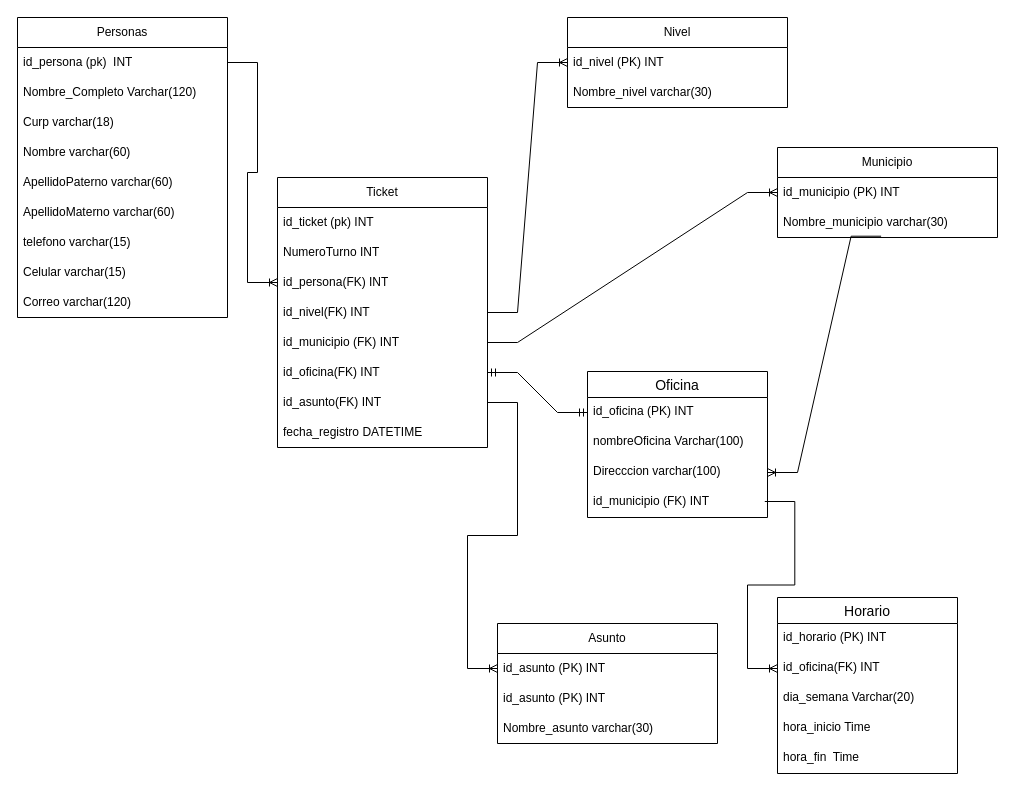
Before: ModeloR.drawio in Ingrid-Zapata/Ticket-de-Turno, a draw.io diagram. Source tidied: cells renumbered, new cells numbered last; positions are measured from the earlier drawing's top-left corner, leaving out a move shared by most shapes. Both pictures are drawn from the tidied source at 100%, with x=0, y=0 at pixel (17, 17).
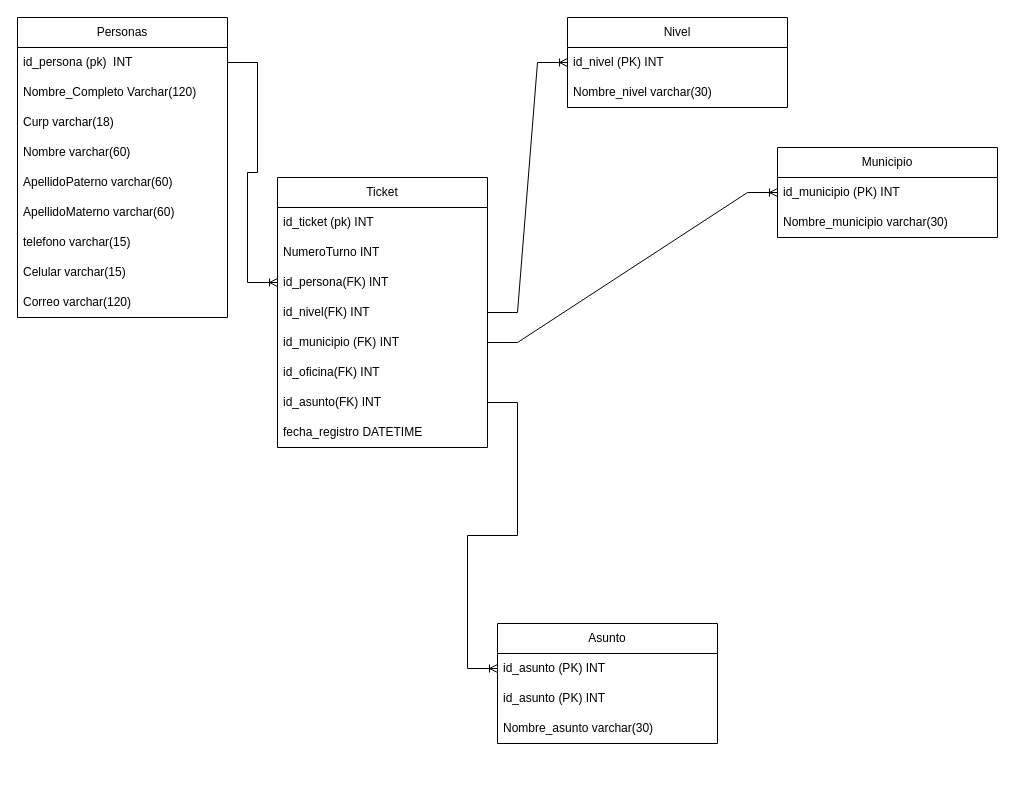
After the change.

Unchanged cells that the change refers to:
```xml
<mxCell id="18" value="id_oficina(FK) INT" style="text;strokeColor=none;fillColor=none;align=left;verticalAlign=middle;spacingLeft=4;spacingRight=4;overflow=hidden;points=[[0,0.5],[1,0.5]];portConstraint=eastwest;whiteSpace=wrap;html=1;" parent="12" vertex="1">
  <mxGeometry y="180" width="210" height="30" as="geometry" />
</mxCell>
<mxCell id="26" value="Nombre_municipio varchar(30)" style="text;strokeColor=none;fillColor=none;align=left;verticalAlign=middle;spacingLeft=4;spacingRight=4;overflow=hidden;points=[[0,0.5],[1,0.5]];portConstraint=eastwest;whiteSpace=wrap;html=1;" parent="24" vertex="1">
  <mxGeometry y="60" width="220" height="30" as="geometry" />
</mxCell>
```

Diff of the diagram source:
```diff
@@
-    <mxCell id="35" value="Oficina" style="swimlane;fontStyle=0;horizontal=1;startSize=26;align=center;fontSize=14;" parent="1" vertex="1">
-      <mxGeometry x="570" y="354" width="180" height="146" as="geometry" />
-    </mxCell>
-    <mxCell id="36" value="id_oficina (PK) INT" style="text;strokeColor=none;fillColor=none;spacingLeft=4;spacingRight=4;overflow=hidden;points=[[0,0.5],[1,0.5]];portConstraint=eastwest;fontSize=12;whiteSpace=wrap;html=1;" parent="35" vertex="1">
-      <mxGeometry y="26" width="180" height="30" as="geometry" />
-    </mxCell>
-    <mxCell id="37" value="nombreOficina Varchar(100)" style="text;strokeColor=none;fillColor=none;spacingLeft=4;spacingRight=4;overflow=hidden;fontSize=12;whiteSpace=wrap;html=1;" parent="35" vertex="1">
-      <mxGeometry y="56" width="180" height="30" as="geometry" />
-    </mxCell>
-    <mxCell id="38" value="Direcccion varchar(100)" style="text;strokeColor=none;fillColor=none;spacingLeft=4;spacingRight=4;overflow=hidden;points=[[0,0.5],[1,0.5]];portConstraint=eastwest;fontSize=12;whiteSpace=wrap;html=1;" parent="35" vertex="1">
-      <mxGeometry y="86" width="180" height="30" as="geometry" />
-    </mxCell>
-    <mxCell id="39" value="id_municipio (FK) INT" style="text;strokeColor=none;fillColor=none;spacingLeft=4;spacingRight=4;overflow=hidden;fontSize=12;whiteSpace=wrap;html=1;" parent="35" vertex="1">
-      <mxGeometry y="116" width="180" height="30" as="geometry" />
-    </mxCell>
-    <mxCell id="40" style="edgeStyle=entityRelationEdgeStyle;fontSize=12;html=1;endArrow=ERoneToMany;rounded=0;exitX=0.207;exitY=0.9;exitDx=0;exitDy=0;exitPerimeter=0;entryX=0;entryY=0.5;entryDx=0;entryDy=0;" parent="35" edge="1" target="43">
-      <mxGeometry relative="1" as="geometry">
-        <mxPoint x="177.3" y="130" as="sourcePoint" />
-        <Array as="points">
-          <mxPoint x="150" y="139" />
-        </Array>
-      </mxGeometry>
-    </mxCell>
-    <mxCell id="41" value="Horario" style="swimlane;fontStyle=0;horizontal=1;startSize=26;align=center;fontSize=14;" parent="1" vertex="1">
-      <mxGeometry x="760" y="580" width="180" height="176" as="geometry" />
-    </mxCell>
-    <mxCell id="42" value="id_horario (PK) INT" style="text;strokeColor=none;fillColor=none;spacingLeft=4;spacingRight=4;overflow=hidden;fontSize=12;whiteSpace=wrap;html=1;" parent="41" vertex="1">
-      <mxGeometry y="26" width="180" height="30" as="geometry" />
-    </mxCell>
-    <mxCell id="43" value="id_oficina(FK) INT" style="text;strokeColor=none;fillColor=none;spacingLeft=4;spacingRight=4;overflow=hidden;points=[[0,0.5],[1,0.5]];portConstraint=eastwest;fontSize=12;whiteSpace=wrap;html=1;" parent="41" vertex="1">
-      <mxGeometry y="56" width="180" height="30" as="geometry" />
-    </mxCell>
-    <mxCell id="44" value="dia_semana Varchar(20)" style="text;strokeColor=none;fillColor=none;spacingLeft=4;spacingRight=4;overflow=hidden;fontSize=12;whiteSpace=wrap;html=1;" parent="41" vertex="1">
-      <mxGeometry y="86" width="180" height="30" as="geometry" />
-    </mxCell>
-    <mxCell id="45" value="hora_inicio Time" style="text;strokeColor=none;fillColor=none;spacingLeft=4;spacingRight=4;overflow=hidden;fontSize=12;whiteSpace=wrap;html=1;" parent="41" vertex="1">
-      <mxGeometry y="116" width="180" height="30" as="geometry" />
-    </mxCell>
-    <mxCell id="46" style="text;strokeColor=none;fillColor=none;spacingLeft=4;spacingRight=4;overflow=hidden;fontSize=12;whiteSpace=wrap;html=1;" parent="41" vertex="1">
-      <mxGeometry y="146" width="180" height="30" as="geometry" />
-    </mxCell>
-    <mxCell id="47" style="edgeStyle=entityRelationEdgeStyle;fontSize=12;html=1;endArrow=ERoneToMany;rounded=0;exitX=0.471;exitY=0.957;exitDx=0;exitDy=0;exitPerimeter=0;entryX=1;entryY=0.5;entryDx=0;entryDy=0;" parent="1" edge="1" source="26" target="38">
-      <mxGeometry relative="1" as="geometry">
-        <Array as="points">
-          <mxPoint x="760" y="500" />
-          <mxPoint x="770" y="530" />
-        </Array>
-      </mxGeometry>
-    </mxCell>
-    <mxCell id="48" style="edgeStyle=entityRelationEdgeStyle;fontSize=12;html=1;endArrow=ERmandOne;startArrow=ERmandOne;rounded=0;exitX=1;exitY=0.5;exitDx=0;exitDy=0;entryX=0;entryY=0.5;entryDx=0;entryDy=0;" parent="1" edge="1" source="18" target="36">
-      <mxGeometry relative="1" as="geometry" />
-    </mxCell>
-    <mxCell id="49" value="hora_fin&amp;nbsp; Time" style="text;strokeColor=none;fillColor=none;spacingLeft=4;spacingRight=4;overflow=hidden;fontSize=12;whiteSpace=wrap;html=1;" parent="1" vertex="1">
-      <mxGeometry x="760" y="726" width="180" height="30" as="geometry" />
-    </mxCell>
```
